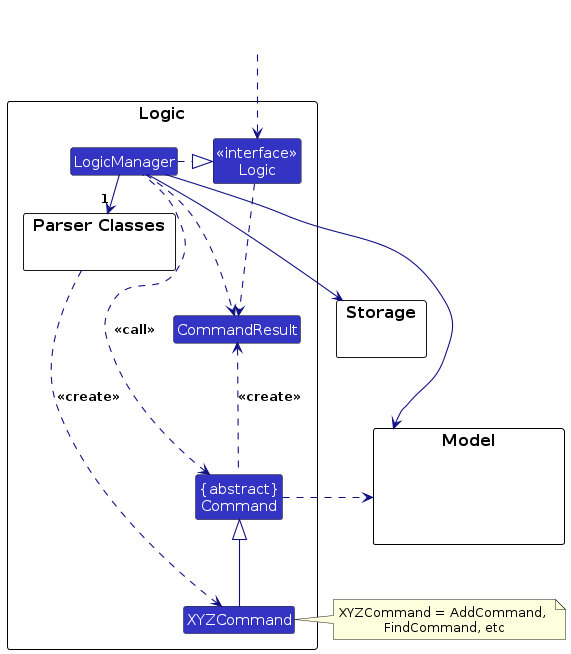
Before: diagrams/LogicClassDiagram.png, a diagram exported from PlantUML (AY2425S2-CS2103-F08-4/tp). Its source is kept beside it as diagrams/LogicClassDiagram.puml. Source of this version:
```plantuml
@startuml
!include style.puml
allowmixing
skinparam arrowThickness 1.1
skinparam arrowColor LOGIC_COLOR_T4
skinparam classBackgroundColor LOGIC_COLOR

package Logic as LogicPackage {

package "Parser Classes" as ParserClasses{
}
Class XYZCommand
Class CommandResult
Class "{abstract}\nCommand" as Command


Class "<<interface>>\nLogic" as Logic
Class LogicManager
}

package Model {
Cloud HiddenModel #FFFFFF
}

package Storage {
}

Cloud HiddenOutside #FFFFFF
HiddenOutside ..> Logic

LogicManager .right.|> Logic
LogicManager -right->"1" ParserClasses
ParserClasses ..> XYZCommand : <<create>>

XYZCommand -up-|> Command
LogicManager .left.> Command : <<call>>

LogicManager --> Model
LogicManager --> Storage
Storage --[hidden] Model
Command .[hidden]up.> Storage
Command .right.> Model
note right of XYZCommand: XYZCommand = AddCommand, \nFindCommand, etc

Logic ..> CommandResult
LogicManager .down.> CommandResult
Command .up.> CommandResult : <<create>>
@enduml
```
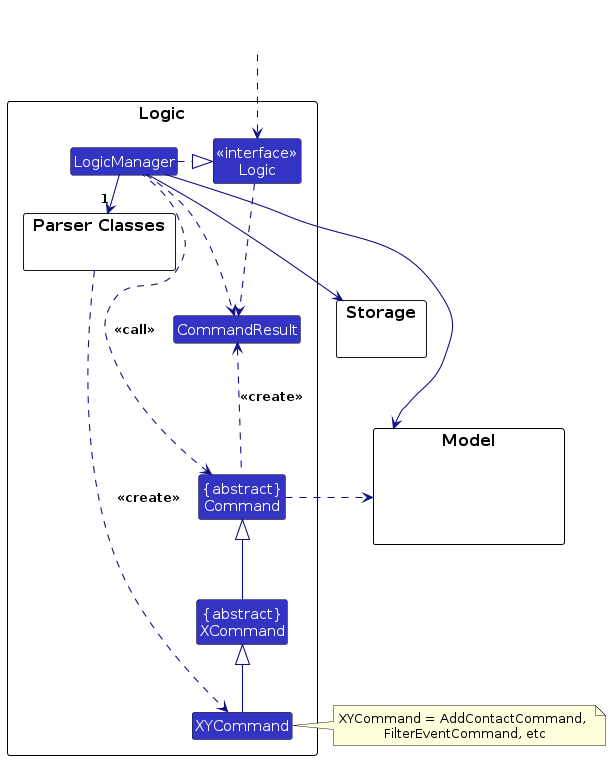
The same diagram one commit later.

Change to the diagram source:
```diff
@@ -9,7 +9,8 @@
 
 package "Parser Classes" as ParserClasses{
 }
-Class XYZCommand
+Class XYCommand
+Class "{abstract}\nXCommand" as XCommand
 Class CommandResult
 Class "{abstract}\nCommand" as Command
 
@@ -30,9 +31,10 @@
 
 LogicManager .right.|> Logic
 LogicManager -right->"1" ParserClasses
-ParserClasses ..> XYZCommand : <<create>>
+ParserClasses ..> XYCommand : <<create>>
 
-XYZCommand -up-|> Command
+XYCommand -up-|> XCommand
+XCommand -up-|> Command
 LogicManager .left.> Command : <<call>>
 
 LogicManager --> Model
@@ -40,7 +42,7 @@
 Storage --[hidden] Model
 Command .[hidden]up.> Storage
 Command .right.> Model
-note right of XYZCommand: XYZCommand = AddCommand, \nFindCommand, etc
+note right of XYCommand: XYCommand = AddContactCommand, \nFilterEventCommand, etc
 
 Logic ..> CommandResult
 LogicManager .down.> CommandResult
```
